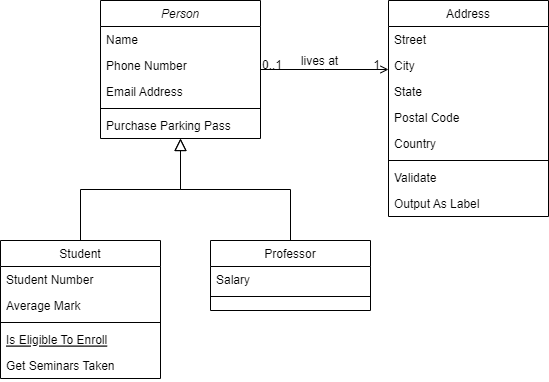
The draw.io diagram Module5/ProgrammingAssignment/Chapter34Exercise/SalaryDatabaseUML.png in njlowhorn/Java_Class, before a commit. Source tidied: cells renumbered, new cells last; positions are measured from the earlier drawing's top-left corner, leaving out a move shared by most shapes.
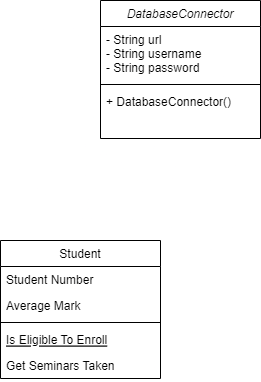
After the commit.

What changed in the source:
```diff
@@ -1,24 +1,18 @@
-<mxGraphModel>
+<mxGraphModel background="#FFFFFF">
   <root>
     <mxCell id="0" />
     <mxCell id="1" parent="0" />
-    <mxCell id="2" value="Person" style="swimlane;fontStyle=2;align=center;verticalAlign=top;horizontal=1;startSize=26;rounded=0;shadow=0;strokeWidth=1;" parent="1" vertex="1">
+    <mxCell id="2" value="DatabaseConnector" style="swimlane;fontStyle=2;align=center;verticalAlign=top;horizontal=1;startSize=26;rounded=0;shadow=0;strokeWidth=1;" parent="1" vertex="1">
       <mxGeometry x="100" width="160" height="138" as="geometry" />
     </mxCell>
-    <mxCell id="3" value="Name" style="text;align=left;verticalAlign=top;spacingLeft=4;spacingRight=4;overflow=hidden;" parent="2" vertex="1">
-      <mxGeometry y="26" width="160" height="26" as="geometry" />
+    <mxCell id="3" value="- String url&#10;- String username&#10;- String password" style="text;align=left;verticalAlign=top;spacingLeft=4;spacingRight=4;overflow=hidden;" parent="2" vertex="1">
+      <mxGeometry y="26" width="160" height="54" as="geometry" />
     </mxCell>
-    <mxCell id="4" value="Phone Number" style="text;align=left;verticalAlign=top;spacingLeft=4;spacingRight=4;overflow=hidden;rounded=0;shadow=0;html=0;" parent="2" vertex="1">
-      <mxGeometry y="52" width="160" height="26" as="geometry" />
-    </mxCell>
-    <mxCell id="5" value="Email Address" style="text;align=left;verticalAlign=top;spacingLeft=4;spacingRight=4;overflow=hidden;rounded=0;shadow=0;html=0;" parent="2" vertex="1">
-      <mxGeometry y="78" width="160" height="26" as="geometry" />
-    </mxCell>
     <mxCell id="6" style="line;html=1;strokeWidth=1;align=left;verticalAlign=middle;spacingTop=-1;spacingLeft=3;spacingRight=3;labelPosition=right;" parent="2" vertex="1">
-      <mxGeometry y="104" width="160" height="8" as="geometry" />
+      <mxGeometry y="80" width="160" height="8" as="geometry" />
     </mxCell>
-    <mxCell id="7" value="Purchase Parking Pass" style="text;align=left;verticalAlign=top;spacingLeft=4;spacingRight=4;overflow=hidden;" parent="2" vertex="1">
-      <mxGeometry y="112" width="160" height="26" as="geometry" />
+    <mxCell id="7" value="+ DatabaseConnector()&#10;" style="text;align=left;verticalAlign=top;spacingLeft=4;spacingRight=4;overflow=hidden;" parent="2" vertex="1">
+      <mxGeometry y="88" width="160" height="26" as="geometry" />
     </mxCell>
     <mxCell id="8" value="Student" style="swimlane;fontStyle=0;align=center;verticalAlign=top;horizontal=1;startSize=26;rounded=0;shadow=0;strokeWidth=1;" parent="1" vertex="1">
       <mxGeometry y="240" width="160" height="138" as="geometry" />
@@ -38,67 +32,5 @@
     <mxCell id="13" value="Get Seminars Taken" style="text;align=left;verticalAlign=top;spacingLeft=4;spacingRight=4;overflow=hidden;" parent="8" vertex="1">
       <mxGeometry y="112" width="160" height="26" as="geometry" />
     </mxCell>
-    <mxCell id="14" style="endArrow=block;endSize=10;endFill=0;shadow=0;strokeWidth=1;rounded=0;edgeStyle=elbowEdgeStyle;elbow=vertical;" parent="1" edge="1" source="8" target="2">
-      <mxGeometry relative="1" as="geometry" />
-    </mxCell>
-    <mxCell id="15" value="Professor" style="swimlane;fontStyle=0;align=center;verticalAlign=top;horizontal=1;startSize=26;rounded=0;shadow=0;strokeWidth=1;" parent="1" vertex="1">
-      <mxGeometry x="210" y="240" width="160" height="70" as="geometry" />
-    </mxCell>
-    <mxCell id="16" value="Salary" style="text;align=left;verticalAlign=top;spacingLeft=4;spacingRight=4;overflow=hidden;" parent="15" vertex="1">
-      <mxGeometry y="26" width="160" height="26" as="geometry" />
-    </mxCell>
-    <mxCell id="17" style="line;html=1;strokeWidth=1;align=left;verticalAlign=middle;spacingTop=-1;spacingLeft=3;spacingRight=3;labelPosition=right;" parent="15" vertex="1">
-      <mxGeometry y="52" width="160" height="8" as="geometry" />
-    </mxCell>
-    <mxCell id="18" style="endArrow=block;endSize=10;endFill=0;shadow=0;strokeWidth=1;rounded=0;edgeStyle=elbowEdgeStyle;elbow=vertical;" parent="1" edge="1" source="15" target="2">
-      <mxGeometry relative="1" as="geometry" />
-    </mxCell>
-    <mxCell id="19" value="Address" style="swimlane;fontStyle=0;align=center;verticalAlign=top;horizontal=1;startSize=26;rounded=0;shadow=0;strokeWidth=1;" parent="1" vertex="1">
-      <mxGeometry x="388" width="160" height="216" as="geometry" />
-    </mxCell>
-    <mxCell id="20" value="Street" style="text;align=left;verticalAlign=top;spacingLeft=4;spacingRight=4;overflow=hidden;" parent="19" vertex="1">
-      <mxGeometry y="26" width="160" height="26" as="geometry" />
-    </mxCell>
-    <mxCell id="21" value="City" style="text;align=left;verticalAlign=top;spacingLeft=4;spacingRight=4;overflow=hidden;rounded=0;shadow=0;html=0;" parent="19" vertex="1">
-      <mxGeometry y="52" width="160" height="26" as="geometry" />
-    </mxCell>
-    <mxCell id="22" value="State" style="text;align=left;verticalAlign=top;spacingLeft=4;spacingRight=4;overflow=hidden;rounded=0;shadow=0;html=0;" parent="19" vertex="1">
-      <mxGeometry y="78" width="160" height="26" as="geometry" />
-    </mxCell>
-    <mxCell id="23" value="Postal Code" style="text;align=left;verticalAlign=top;spacingLeft=4;spacingRight=4;overflow=hidden;rounded=0;shadow=0;html=0;" parent="19" vertex="1">
-      <mxGeometry y="104" width="160" height="26" as="geometry" />
-    </mxCell>
-    <mxCell id="24" value="Country" style="text;align=left;verticalAlign=top;spacingLeft=4;spacingRight=4;overflow=hidden;rounded=0;shadow=0;html=0;" parent="19" vertex="1">
-      <mxGeometry y="130" width="160" height="26" as="geometry" />
-    </mxCell>
-    <mxCell id="25" style="line;html=1;strokeWidth=1;align=left;verticalAlign=middle;spacingTop=-1;spacingLeft=3;spacingRight=3;labelPosition=right;" parent="19" vertex="1">
-      <mxGeometry y="156" width="160" height="8" as="geometry" />
-    </mxCell>
-    <mxCell id="26" value="Validate" style="text;align=left;verticalAlign=top;spacingLeft=4;spacingRight=4;overflow=hidden;" parent="19" vertex="1">
-      <mxGeometry y="164" width="160" height="26" as="geometry" />
-    </mxCell>
-    <mxCell id="27" value="Output As Label" style="text;align=left;verticalAlign=top;spacingLeft=4;spacingRight=4;overflow=hidden;" parent="19" vertex="1">
-      <mxGeometry y="190" width="160" height="26" as="geometry" />
-    </mxCell>
-    <mxCell id="28" style="endArrow=open;shadow=0;strokeWidth=1;rounded=0;endFill=1;edgeStyle=elbowEdgeStyle;elbow=vertical;" parent="1" edge="1" source="2" target="19">
-      <mxGeometry x="0.5" y="41" relative="1" as="geometry">
-        <mxPoint x="-40" y="32" as="offset" />
-      </mxGeometry>
-    </mxCell>
-    <mxCell id="29" value="0..1" style="align=left;verticalAlign=bottom;labelBackgroundColor=none;fontSize=12;" parent="28" vertex="1">
-      <mxGeometry x="-1" relative="1" as="geometry">
-        <mxPoint y="4" as="offset" />
-      </mxGeometry>
-    </mxCell>
-    <mxCell id="30" value="1" style="align=right;verticalAlign=bottom;labelBackgroundColor=none;fontSize=12;" parent="28" vertex="1">
-      <mxGeometry x="1" relative="1" as="geometry">
-        <mxPoint x="-7" y="4" as="offset" />
-      </mxGeometry>
-    </mxCell>
-    <mxCell id="31" value="lives at" style="text;html=1;align=center;verticalAlign=middle;labelBackgroundColor=none;rounded=0;shadow=0;strokeWidth=1;fontSize=12;" parent="28" vertex="1">
-      <mxGeometry x="0.5" y="49" relative="1" as="geometry">
-        <mxPoint x="-38" y="40" as="offset" />
-      </mxGeometry>
-    </mxCell>
   </root>
 </mxGraphModel>
```
